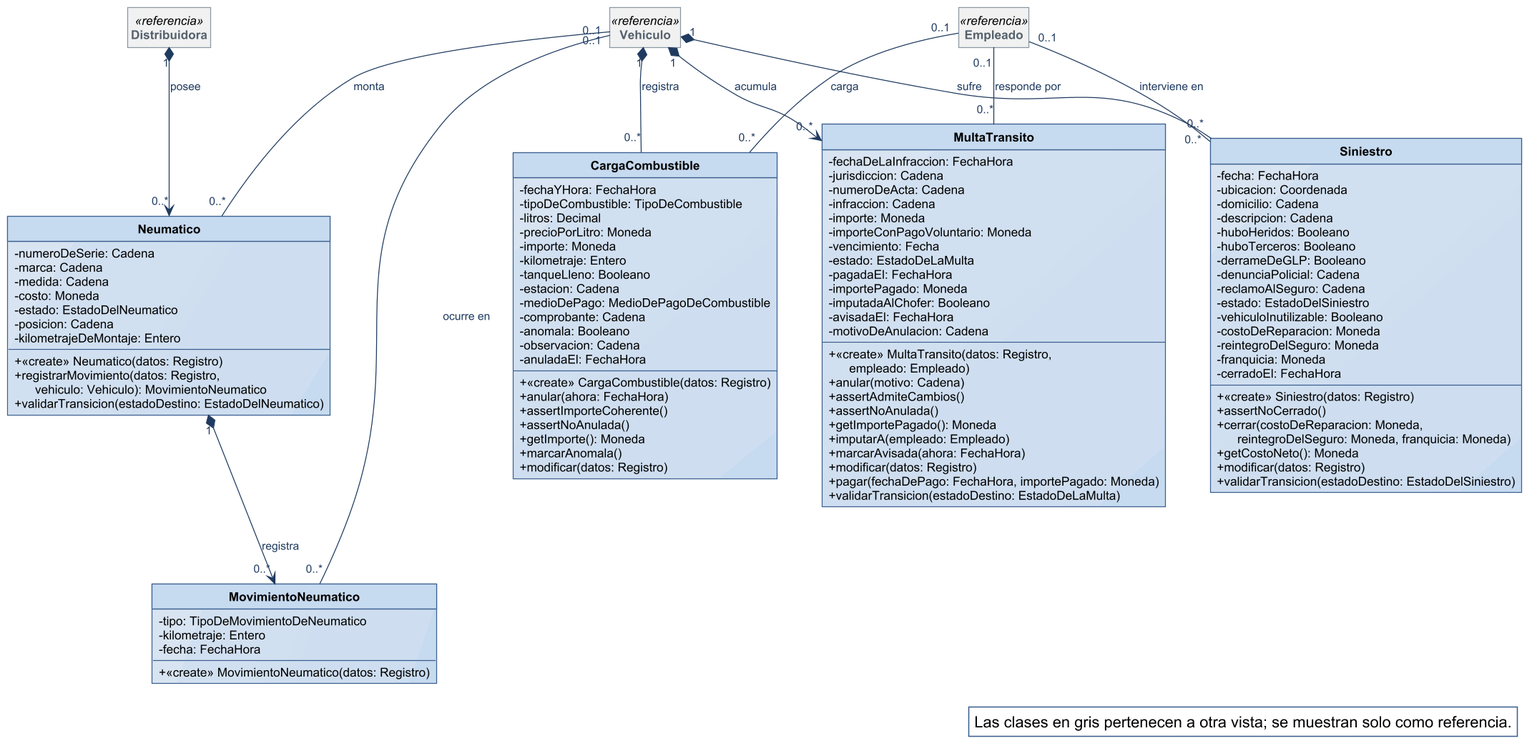
Above: diagramas/clases-diseno/DC_Gastos-de-flota.png in Nahuelito-Dev/splg-docs (PlantUML), before the change.
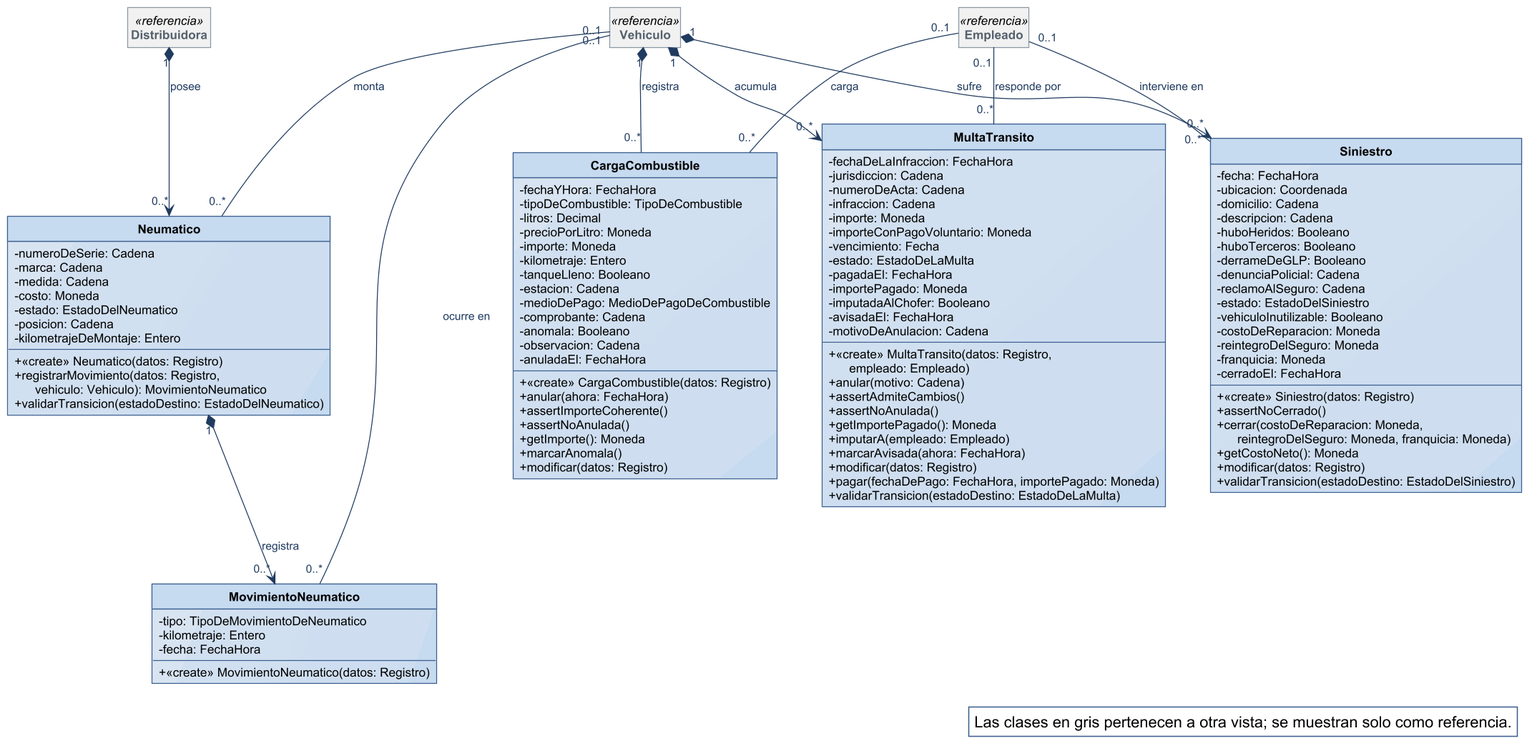
After the change.

Change to the diagram source:
```diff
@@ -121,7 +121,7 @@
 
 Vehiculo "1" *-- "0..*" CargaCombustible : registra
 Vehiculo "1" *--> "0..*" MultaTransito : acumula
-Vehiculo "1" *-- "0..*" Siniestro : sufre
+Vehiculo "1" *--> "0..*" Siniestro : sufre
 Vehiculo "0..1" -- "0..*" Neumatico : monta
 Distribuidora "1" *--> "0..*" Neumatico : posee
 Neumatico "1" *--> "0..*" MovimientoNeumatico : registra
```
